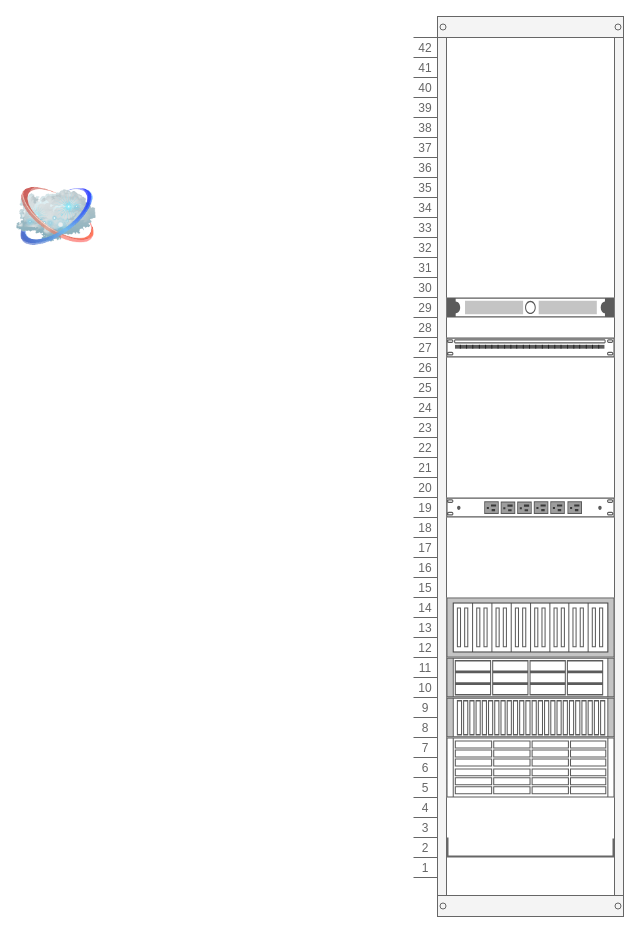
The draw.io diagram Untitled Diagram.drawio in artlessknave/esxidown, before the edit. Source tidied: cells renumbered, new cells numbered last; positions are measured from the earlier drawing's top-left corner, leaving out a move shared by most shapes. Both pictures are drawn from the tidied source at 100%, with x=0, y=0 at pixel (16, 16).
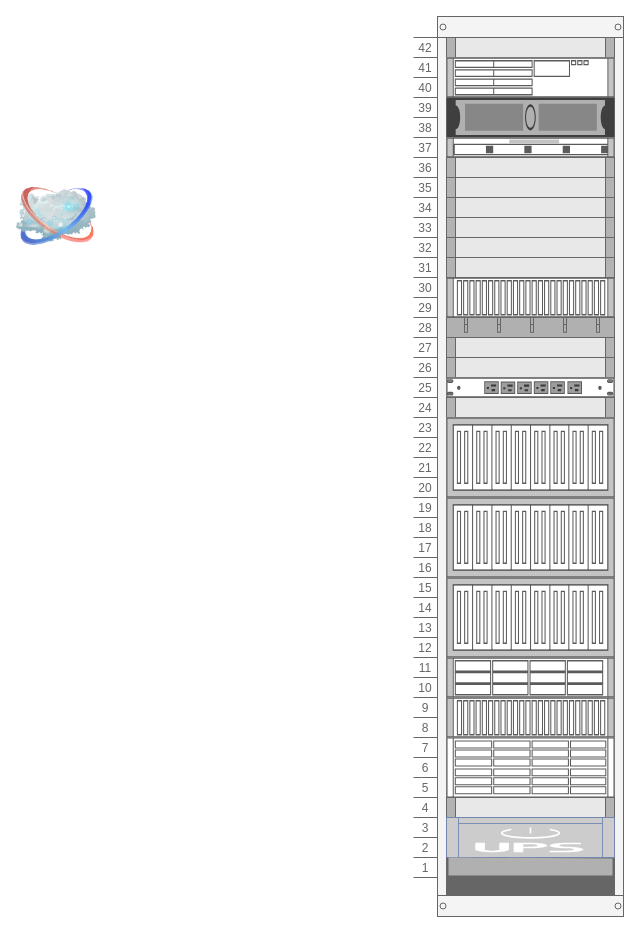
Above is the later version.

What changed in the source:
```diff
@@
-    <mxCell id="2" style="strokeColor=#666666;html=1;verticalLabelPosition=bottom;labelBackgroundColor=#ffffff;verticalAlign=top;shadow=0;dashed=0;shape=mxgraph.rackGeneral.container;fillColor2=#f4f4f4;allowGaps=1;textColor=#666666;numDisp=ascend;" parent="1" vertex="1">
+    <mxCell id="2" style="strokeColor=#666666;html=1;verticalLabelPosition=bottom;labelBackgroundColor=#ffffff;verticalAlign=top;shadow=0;dashed=0;shape=mxgraph.rackGeneral.container;fillColor2=#f4f4f4;allowGaps=1;textColor=#666666;numDisp=ascend;fillColor=#666666;" parent="1" vertex="1">
       <mxGeometry x="397" width="210" height="900" as="geometry" />
     </mxCell>
-    <mxCell id="3" style="strokeColor=#666666;html=1;labelPosition=right;align=left;spacingLeft=15;shadow=0;dashed=0;shape=mxgraph.rack.general.1u_rack_server;" parent="2" vertex="1">
-      <mxGeometry x="33" y="281" width="168" height="20" as="geometry" />
-    </mxCell>
-    <mxCell id="4" style="strokeColor=#666666;html=1;labelPosition=right;align=left;spacingLeft=15;shadow=0;dashed=0;shape=mxgraph.rack.general.cat5e_rack_mount_patch_panel_24_ports;" parent="2" vertex="1">
-      <mxGeometry x="33" y="321" width="168" height="20" as="geometry" />
-    </mxCell>
+    <mxCell id="12" style="strokeColor=#666666;html=1;labelPosition=right;align=left;spacingLeft=15;shadow=0;dashed=0;shape=mxgraph.rackGeneral.plate;fillColor=#e8e8e8;" parent="2" vertex="1">
+      <mxGeometry x="33" y="21" width="168" height="20" as="geometry" />
+    </mxCell>
+    <mxCell id="13" style="shape=mxgraph.rack.cisco.cisco_wave_7541;html=1;labelPosition=right;align=left;spacingLeft=15;dashed=0;shadow=0;fillColor=#ffffff;" parent="2" vertex="1">
+      <mxGeometry x="33" y="41" width="168" height="40" as="geometry" />
+    </mxCell>
+    <mxCell id="14" style="strokeColor=#666666;html=1;labelPosition=right;align=left;spacingLeft=15;shadow=0;dashed=0;shape=mxgraph.rack.general.1u_rack_server;fillColor=#B0B0B0;" parent="2" vertex="1">
+      <mxGeometry x="33" y="81" width="168" height="40" as="geometry" />
+    </mxCell>
+    <mxCell id="15" style="shape=mxgraph.rack.cisco.cisco_nexus_1010_virtual_services_appliance;html=1;labelPosition=right;align=left;spacingLeft=15;dashed=0;shadow=0;fillColor=#ffffff;" parent="2" vertex="1">
+      <mxGeometry x="33" y="121" width="168" height="20" as="geometry" />
+    </mxCell>
+    <mxCell id="16" style="strokeColor=#666666;html=1;labelPosition=right;align=left;spacingLeft=15;shadow=0;dashed=0;shape=mxgraph.rackGeneral.plate;fillColor=#e8e8e8;" parent="2" vertex="1">
+      <mxGeometry x="33" y="141" width="168" height="20" as="geometry" />
+    </mxCell>
+    <mxCell id="17" style="strokeColor=#666666;html=1;labelPosition=right;align=left;spacingLeft=15;shadow=0;dashed=0;shape=mxgraph.rackGeneral.plate;fillColor=#e8e8e8;" parent="2" vertex="1">
+      <mxGeometry x="33" y="161" width="168" height="20" as="geometry" />
+    </mxCell>
+    <mxCell id="18" style="shape=mxgraph.rack.cisco.cisco_ucs_c24_m3_server;html=1;labelPosition=right;align=left;spacingLeft=15;dashed=0;shadow=0;fillColor=#ffffff;" parent="2" vertex="1">
+      <mxGeometry x="33" y="261" width="168" height="40" as="geometry" />
+    </mxCell>
+    <mxCell id="19" style="strokeColor=#666666;html=1;labelPosition=right;align=left;spacingLeft=15;shadow=0;dashed=0;shape=mxgraph.rackGeneral.horCableDuct;fillColor=#B0B0B0;" parent="2" vertex="1">
+      <mxGeometry x="33" y="301" width="168" height="20" as="geometry" />
+    </mxCell>
+    <mxCell id="20" style="strokeColor=#666666;html=1;labelPosition=right;align=left;spacingLeft=15;shadow=0;dashed=0;shape=mxgraph.rackGeneral.plate;fillColor=#e8e8e8;" parent="2" vertex="1">
+      <mxGeometry x="33" y="321" width="168" height="20" as="geometry" />
+    </mxCell>
+    <mxCell id="21" style="strokeColor=#666666;html=1;labelPosition=right;align=left;spacingLeft=15;shadow=0;dashed=0;shape=mxgraph.rackGeneral.plate;fillColor=#e8e8e8;" parent="2" vertex="1">
+      <mxGeometry x="33" y="341" width="168" height="20" as="geometry" />
+    </mxCell>
     <mxCell id="5" style="strokeColor=#666666;html=1;labelPosition=right;align=left;spacingLeft=15;shadow=0;dashed=0;shape=mxgraph.rack.dell.power_strip;" parent="2" vertex="1">
-      <mxGeometry x="33" y="481" width="168" height="20" as="geometry" />
+      <mxGeometry x="33" y="361" width="168" height="20" as="geometry" />
     </mxCell>
+    <mxCell id="22" style="strokeColor=#666666;html=1;labelPosition=right;align=left;spacingLeft=15;shadow=0;dashed=0;shape=mxgraph.rackGeneral.plate;fillColor=#e8e8e8;" parent="2" vertex="1">
+      <mxGeometry x="33" y="381" width="168" height="20" as="geometry" />
+    </mxCell>
     <mxCell id="6" style="shape=mxgraph.rack.cisco.cisco_nexus_6004_switch;html=1;labelPosition=right;align=left;spacingLeft=15;dashed=0;shadow=0;fillColor=#ffffff;" parent="2" vertex="1">
-      <mxGeometry x="33" y="581" width="168" height="60" as="geometry" />
+      <mxGeometry x="33" y="401" width="168" height="80" as="geometry" />
     </mxCell>
+    <mxCell id="23" style="shape=mxgraph.rack.cisco.cisco_nexus_6004_switch;html=1;labelPosition=right;align=left;spacingLeft=15;dashed=0;shadow=0;fillColor=#ffffff;" parent="2" vertex="1">
+      <mxGeometry x="33" y="561" width="168" height="80" as="geometry" />
+    </mxCell>
@@
+    <mxCell id="24" style="shape=mxgraph.rack.cisco.cisco_nexus_6004_switch;html=1;labelPosition=right;align=left;spacingLeft=15;dashed=0;shadow=0;fillColor=#ffffff;" parent="2" vertex="1">
+      <mxGeometry x="33" y="481" width="168" height="80" as="geometry" />
+    </mxCell>
+    <mxCell id="25" style="strokeColor=#666666;html=1;labelPosition=right;align=left;spacingLeft=15;shadow=0;dashed=0;shape=mxgraph.rackGeneral.plate;fillColor=#e8e8e8;" parent="2" vertex="1">
+      <mxGeometry x="33" y="781" width="168" height="20" as="geometry" />
+    </mxCell>
+    <mxCell id="26" style="fontColor=#0066CC;verticalAlign=top;verticalLabelPosition=bottom;labelPosition=center;align=center;html=1;fillColor=#CCCCCC;strokeColor=#6881B3;gradientColor=none;gradientDirection=north;strokeWidth=2;shape=mxgraph.networks.ups_small;rotation=0;" parent="2" vertex="1">
+      <mxGeometry x="33" y="801" width="168" height="40" as="geometry" />
+    </mxCell>
-    <mxCell id="10" style="strokeColor=#666666;html=1;labelPosition=right;align=left;spacingLeft=15;shadow=0;dashed=0;shape=mxgraph.rackGeneral.shelf;" parent="2" vertex="1">
-      <mxGeometry x="33" y="821" width="168" height="20" as="geometry" />
+    <mxCell id="10" style="strokeColor=#666666;html=1;labelPosition=right;align=left;spacingLeft=15;shadow=0;dashed=0;shape=mxgraph.rackGeneral.shelf;fillColor=#B0B0B0;" parent="2" vertex="1">
+      <mxGeometry x="33" y="841" width="168" height="20" as="geometry" />
     </mxCell>
+    <mxCell id="27" style="strokeColor=#666666;html=1;labelPosition=right;align=left;spacingLeft=15;shadow=0;dashed=0;shape=mxgraph.rackGeneral.plate;fillColor=#e8e8e8;" parent="2" vertex="1">
+      <mxGeometry x="33" y="181" width="168" height="20" as="geometry" />
+    </mxCell>
+    <mxCell id="28" style="strokeColor=#666666;html=1;labelPosition=right;align=left;spacingLeft=15;shadow=0;dashed=0;shape=mxgraph.rackGeneral.plate;fillColor=#e8e8e8;" parent="2" vertex="1">
+      <mxGeometry x="33" y="201" width="168" height="20" as="geometry" />
+    </mxCell>
+    <mxCell id="29" style="strokeColor=#666666;html=1;labelPosition=right;align=left;spacingLeft=15;shadow=0;dashed=0;shape=mxgraph.rackGeneral.plate;fillColor=#e8e8e8;" parent="2" vertex="1">
+      <mxGeometry x="33" y="221" width="168" height="20" as="geometry" />
+    </mxCell>
+    <mxCell id="30" style="strokeColor=#666666;html=1;labelPosition=right;align=left;spacingLeft=15;shadow=0;dashed=0;shape=mxgraph.rackGeneral.plate;fillColor=#e8e8e8;" parent="2" vertex="1">
+      <mxGeometry x="33" y="241" width="168" height="20" as="geometry" />
+    </mxCell>
```
